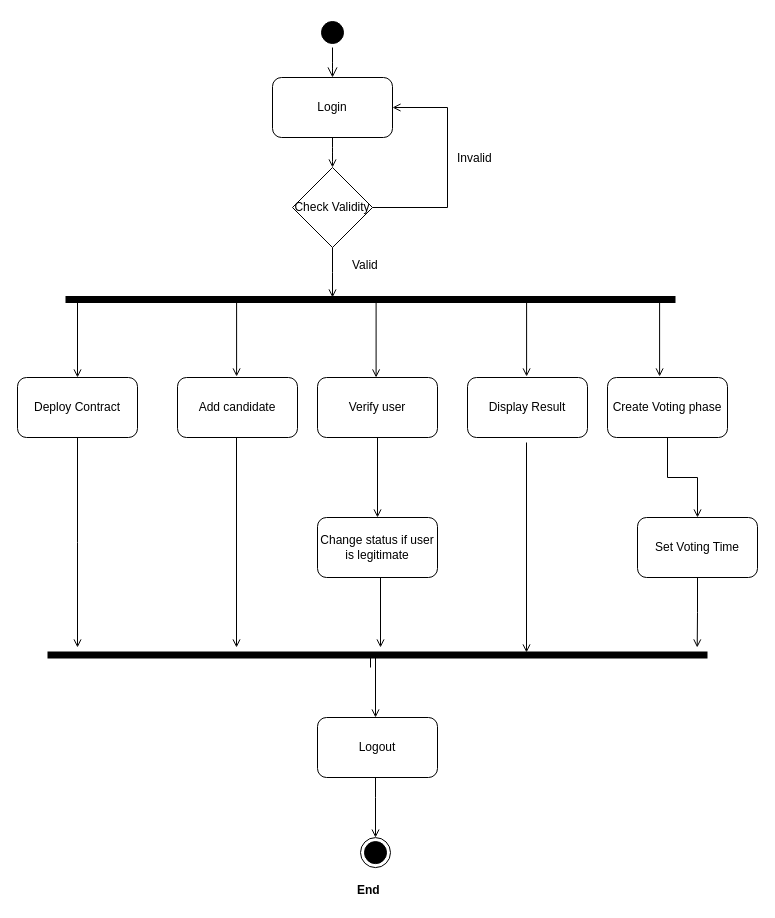
Above: ActivityeAdmin.drawio in matic14/BLockVote-UML-Diagram (draw.io), before the change. Source tidied: cells renumbered, new cells numbered last; positions are measured from the earlier drawing's top-left corner, leaving out a move shared by most shapes. Both pictures are drawn from the tidied source at 100%, with x=0, y=0 at pixel (17, 17).
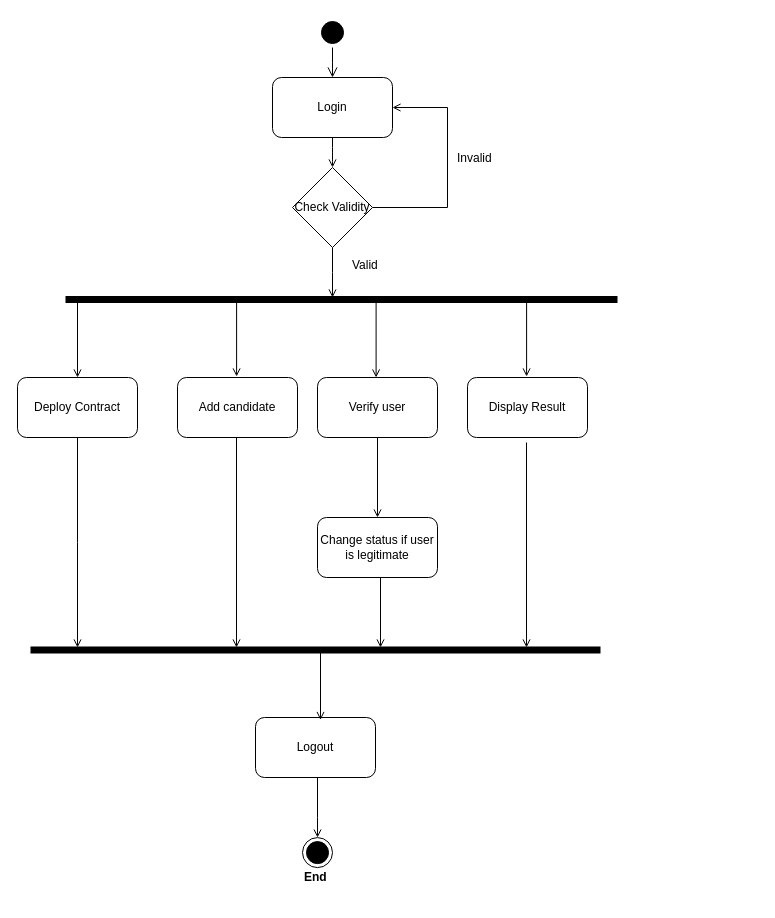
The same page after the edit.

What changed in the source:
```diff
@@
-    <mxCell id="2" style="edgeStyle=orthogonalEdgeStyle;rounded=0;orthogonalLoop=1;jettySize=auto;html=1;endArrow=open;endFill=0;strokeColor=#000000;" parent="1" edge="1">
-      <mxGeometry relative="1" as="geometry">
-        <mxPoint x="353" y="650" as="sourcePoint" />
-        <mxPoint x="358" y="700" as="targetPoint" />
-        <Array as="points">
-          <mxPoint x="353" y="640" />
-          <mxPoint x="358" y="640" />
-        </Array>
-      </mxGeometry>
-    </mxCell>
     <mxCell id="3" style="ellipse;html=1;shape=endState;fillColor=#000000;strokeColor=#000000;" parent="1" vertex="1">
-      <mxGeometry x="343" y="820.1" width="30" height="30" as="geometry" />
+      <mxGeometry x="285" y="820.1" width="30" height="30" as="geometry" />
     </mxCell>
@@
     <mxCell id="14" style="line;strokeWidth=7;fillColor=none;align=left;verticalAlign=middle;spacingTop=-1;spacingLeft=5;spacingRight=3;labelPosition=right;points=[];portConstraint=eastwest;" parent="1" vertex="1">
-      <mxGeometry x="48" y="264" width="610" height="36" as="geometry" />
+      <mxGeometry x="48" y="264" width="552" height="36" as="geometry" />
     </mxCell>
@@
-    <mxCell id="22" style="edgeStyle=orthogonalEdgeStyle;rounded=0;jettySize=auto;html=1;endArrow=open;endFill=0;strokeColor=#000000;" parent="1" edge="1" source="23" target="25">
-      <mxGeometry relative="1" as="geometry" />
-    </mxCell>
-    <mxCell id="23" value="Create Voting phase" style="rounded=1;whiteSpace=wrap;html=1;strokeColor=#000000;" parent="1" vertex="1">
-      <mxGeometry x="590" y="360" width="120" height="60" as="geometry" />
-    </mxCell>
-    <mxCell id="24" style="edgeStyle=orthogonalEdgeStyle;rounded=0;jettySize=auto;html=1;exitX=0.5;exitY=1;exitDx=0;exitDy=0;endArrow=open;endFill=0;strokeColor=#000000;" parent="1" edge="1" source="25">
-      <mxGeometry relative="1" as="geometry">
-        <mxPoint x="679.7" y="630" as="targetPoint" />
-      </mxGeometry>
-    </mxCell>
-    <mxCell id="25" value="Set Voting Time" style="rounded=1;whiteSpace=wrap;html=1;strokeColor=#000000;" parent="1" vertex="1">
-      <mxGeometry x="620" y="500" width="120" height="60" as="geometry" />
-    </mxCell>
     <mxCell id="26" style="line;strokeWidth=7;fillColor=none;align=left;verticalAlign=middle;spacingTop=-1;spacingLeft=5;spacingRight=3;labelPosition=right;" parent="1" vertex="1">
-      <mxGeometry x="30" y="625" width="660" height="25" as="geometry" />
+      <mxGeometry x="13" y="620" width="570" height="25" as="geometry" />
     </mxCell>
@@
-    <mxCell id="30" style="edgeStyle=orthogonalEdgeStyle;rounded=0;orthogonalLoop=1;jettySize=auto;html=1;endArrow=open;endFill=0;strokeColor=#000000;entryX=0.5;entryY=0;entryDx=0;entryDy=0;exitX=0.045;exitY=0.522;exitDx=0;exitDy=0;exitPerimeter=0;" parent="1" edge="1">
-      <mxGeometry relative="1" as="geometry">
-        <mxPoint x="643.5" y="281.9" as="sourcePoint" />
-        <mxPoint x="642.1" y="359" as="targetPoint" />
-        <Array as="points">
-          <mxPoint x="642.5" y="282" />
-        </Array>
-      </mxGeometry>
-    </mxCell>
     <mxCell id="31" style="edgeStyle=orthogonalEdgeStyle;rounded=0;orthogonalLoop=1;jettySize=auto;html=1;endArrow=open;endFill=0;strokeColor=#000000;" parent="1" edge="1">
       <mxGeometry relative="1" as="geometry">
         <mxPoint x="509" y="425" as="sourcePoint" />
-        <mxPoint x="509" y="635" as="targetPoint" />
+        <mxPoint x="509" y="630" as="targetPoint" />
       </mxGeometry>
     </mxCell>
@@
     <mxCell id="34" style="edgeStyle=orthogonalEdgeStyle;rounded=0;jettySize=auto;html=1;endArrow=open;endFill=0;strokeColor=#000000;" parent="1" edge="1" source="35" target="3">
       <mxGeometry relative="1" as="geometry">
         <Array as="points">
-          <mxPoint x="358" y="780" />
-          <mxPoint x="358" y="780" />
+          <mxPoint x="300" y="800" />
+          <mxPoint x="300" y="800" />
         </Array>
       </mxGeometry>
     </mxCell>
     <mxCell id="35" value="Logout" style="rounded=1;whiteSpace=wrap;html=1;strokeColor=#000000;strokeWidth=1;" parent="1" vertex="1">
-      <mxGeometry x="300" y="700" width="120" height="60" as="geometry" />
+      <mxGeometry x="238" y="700" width="120" height="60" as="geometry" />
     </mxCell>
     <mxCell id="36" value="&lt;b&gt;End&lt;/b&gt;" style="text;html=1;align=left;verticalAlign=top;spacingTop=-4;" parent="1" vertex="1">
-      <mxGeometry x="338" y="863" width="40" height="20" as="geometry" />
+      <mxGeometry x="285" y="850" width="40" height="20" as="geometry" />
     </mxCell>
+    <mxCell id="37" style="edgeStyle=orthogonalEdgeStyle;rounded=0;orthogonalLoop=1;jettySize=auto;html=1;endArrow=open;endFill=0;strokeColor=#000000;exitX=0.5;exitY=1;exitDx=0;exitDy=0;" parent="1" edge="1">
+      <mxGeometry relative="1" as="geometry">
+        <mxPoint x="300" y="632.5" as="sourcePoint" />
+        <mxPoint x="303" y="702.5" as="targetPoint" />
+        <Array as="points">
+          <mxPoint x="303" y="632.5" />
+        </Array>
+      </mxGeometry>
+    </mxCell>
```
